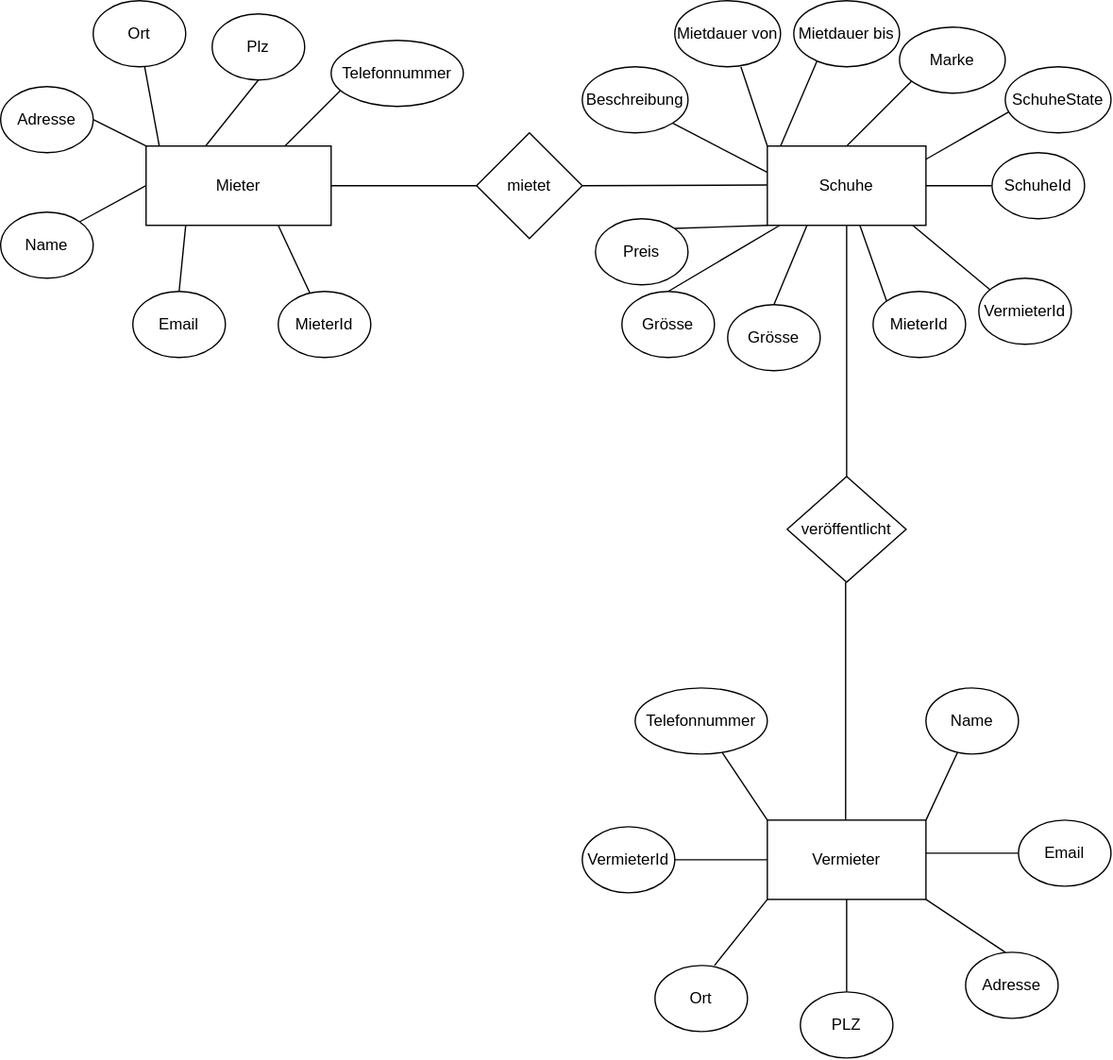
The draw.io diagram doc/figures/er-modell.drawio.svg in Jegattha/shoerental, before a commit. Source tidied: cells renumbered, new cells last; positions are measured from the earlier drawing's top-left corner, leaving out a move shared by most shapes.
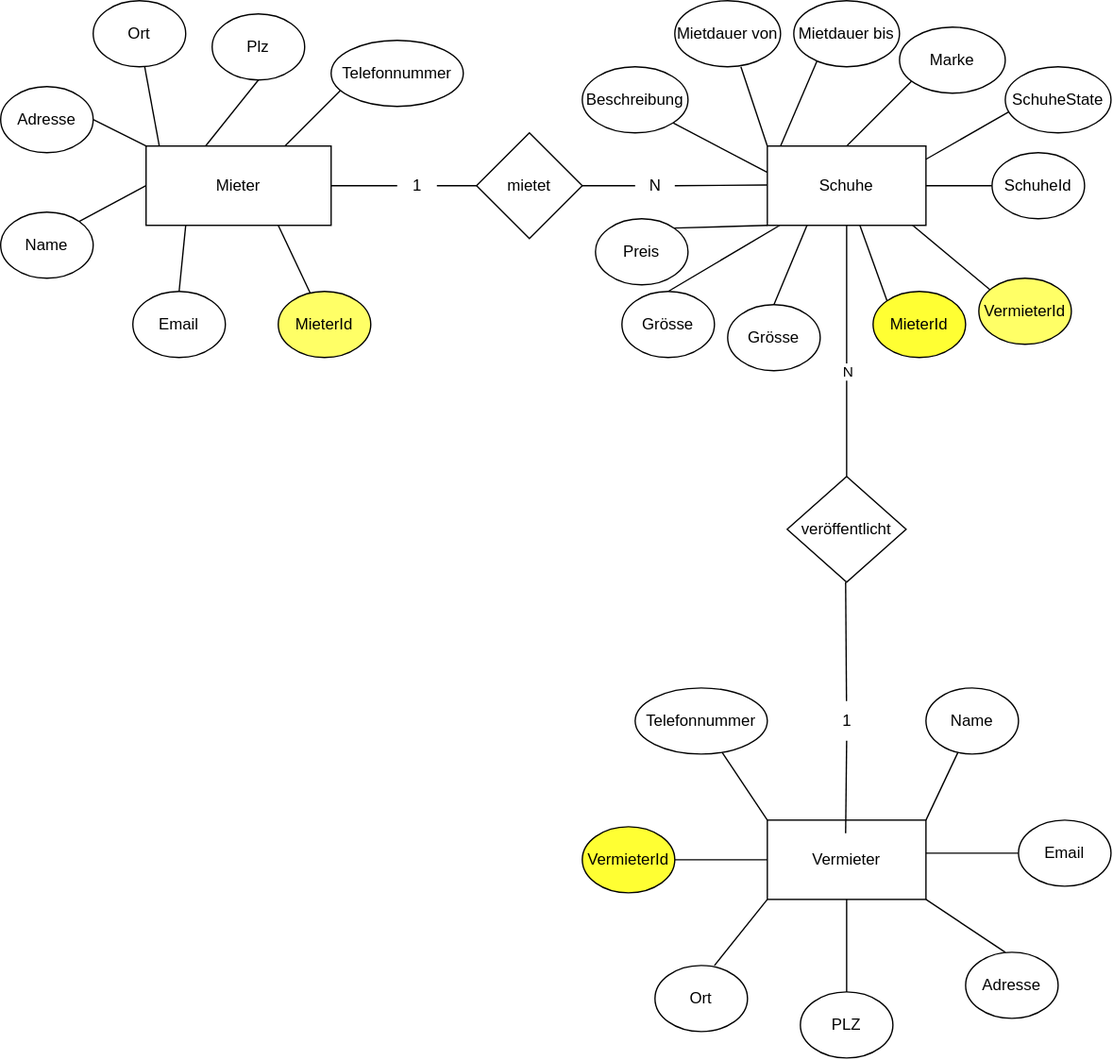
Above is the later version.

Commit message:
er modell bearbeitet

Diff of the diagram source:
```diff
@@ -50,7 +50,7 @@
         <mxPoint x="210" y="170" as="targetPoint" />
       </mxGeometry>
     </mxCell>
-    <mxCell id="14" value="MieterId" style="ellipse;whiteSpace=wrap;html=1;" parent="1" vertex="1">
+    <mxCell id="14" value="MieterId" style="ellipse;whiteSpace=wrap;html=1;fillColor=#FFFF66;" parent="1" vertex="1">
       <mxGeometry x="210" y="220" width="70" height="50" as="geometry" />
     </mxCell>
     <mxCell id="15" style="endArrow=none;html=1;" parent="1" edge="1">
@@ -62,13 +62,13 @@
     <mxCell id="16" value="Telefonnummer" style="ellipse;whiteSpace=wrap;html=1;" parent="1" vertex="1">
       <mxGeometry x="250" y="30" width="100" height="50" as="geometry" />
     </mxCell>
-    <mxCell id="17" style="endArrow=none;html=1;exitX=1;exitY=0.5;exitDx=0;exitDy=0;" parent="1" edge="1" source="2" target="18">
+    <mxCell id="17" style="endArrow=none;html=1;exitX=1;exitY=0.5;exitDx=0;exitDy=0;startArrow=none;" parent="1" edge="1" source="65" target="18">
       <mxGeometry relative="1" as="geometry" />
     </mxCell>
     <mxCell id="18" value="mietet" style="rhombus;whiteSpace=wrap;html=1;" parent="1" vertex="1">
       <mxGeometry x="360" y="100" width="80" height="80" as="geometry" />
     </mxCell>
-    <mxCell id="19" style="endArrow=none;html=1;exitX=1;exitY=0.5;exitDx=0;exitDy=0;" parent="1" edge="1" source="18">
+    <mxCell id="19" style="endArrow=none;html=1;exitX=1;exitY=0.5;exitDx=0;exitDy=0;startArrow=none;" parent="1" edge="1" source="67">
       <mxGeometry relative="1" as="geometry">
         <mxPoint x="580" y="139.5" as="targetPoint" />
       </mxGeometry>
@@ -101,7 +101,7 @@
         <mxPoint x="650" y="170" as="targetPoint" />
       </mxGeometry>
     </mxCell>
-    <mxCell id="28" value="MieterId" style="ellipse;whiteSpace=wrap;html=1;" parent="1" vertex="1">
+    <mxCell id="28" value="MieterId" style="ellipse;whiteSpace=wrap;html=1;fillColor=#FFFF33;" parent="1" vertex="1">
       <mxGeometry x="660" y="220" width="70" height="50" as="geometry" />
     </mxCell>
     <mxCell id="29" style="endArrow=none;html=1;" parent="1" edge="1">
@@ -110,7 +110,7 @@
         <mxPoint x="690" y="170" as="targetPoint" />
       </mxGeometry>
     </mxCell>
-    <mxCell id="30" value="VermieterId" style="ellipse;whiteSpace=wrap;html=1;" parent="1" vertex="1">
+    <mxCell id="30" value="VermieterId" style="ellipse;whiteSpace=wrap;html=1;fillColor=#FFFF66;" parent="1" vertex="1">
       <mxGeometry x="740" y="210" width="70" height="50" as="geometry" />
     </mxCell>
     <mxCell id="31" style="endArrow=none;html=1;entryX=1;entryY=1;entryDx=0;entryDy=0;" parent="1" edge="1" target="32">
@@ -162,12 +162,16 @@
         <mxPoint x="640" y="360" as="sourcePoint" />
       </mxGeometry>
     </mxCell>
+    <mxCell id="63" value="N" style="edgeLabel;html=1;align=center;verticalAlign=middle;" parent="41" vertex="1">
+      <mxGeometry x="-0.48" y="-17" relative="1" as="geometry">
+        <mxPoint x="-17" y="-31" as="offset" />
+      </mxGeometry>
+    </mxCell>
     <mxCell id="42" value="veröffentlicht" style="rhombus;whiteSpace=wrap;html=1;" parent="1" vertex="1">
       <mxGeometry x="595" y="360" width="90" height="80" as="geometry" />
     </mxCell>
-    <mxCell id="43" style="endArrow=none;html=1;entryX=0.5;entryY=1;entryDx=0;entryDy=0;" parent="1" edge="1">
+    <mxCell id="43" style="endArrow=none;html=1;entryX=0.5;entryY=1;entryDx=0;entryDy=0;startArrow=none;" parent="1" edge="1" source="69">
       <mxGeometry relative="1" as="geometry">
-        <mxPoint x="639.2" y="630" as="sourcePoint" />
         <mxPoint x="639.2" y="440" as="targetPoint" />
       </mxGeometry>
     </mxCell>
@@ -211,7 +215,7 @@
     <mxCell id="54" style="endArrow=none;html=1;exitX=0;exitY=0.5;exitDx=0;exitDy=0;" parent="1" edge="1" source="44" target="55">
       <mxGeometry relative="1" as="geometry" />
     </mxCell>
-    <mxCell id="55" value="VermieterId" style="ellipse;whiteSpace=wrap;html=1;" parent="1" vertex="1">
+    <mxCell id="55" value="VermieterId" style="ellipse;whiteSpace=wrap;html=1;fillColor=#FFFF33;" parent="1" vertex="1">
       <mxGeometry x="440" y="625" width="70" height="50" as="geometry" />
     </mxCell>
     <mxCell id="56" style="endArrow=none;html=1;exitX=0;exitY=0;exitDx=0;exitDy=0;startArrow=none;" parent="1" edge="1" source="58">
@@ -239,5 +243,25 @@
     <mxCell id="62" value="Grösse" style="ellipse;whiteSpace=wrap;html=1;" parent="1" vertex="1">
       <mxGeometry x="550" y="230" width="70" height="50" as="geometry" />
     </mxCell>
+    <mxCell id="64" style="endArrow=none;html=1;exitX=1;exitY=0.5;exitDx=0;exitDy=0;" parent="1" edge="1" source="2" target="65">
+      <mxGeometry relative="1" as="geometry" />
+    </mxCell>
+    <mxCell id="65" value="1" style="text;html=1;align=center;verticalAlign=middle;points=[];strokeColor=none;fillColor=none;" parent="1" vertex="1">
+      <mxGeometry x="300" y="125" width="30" height="30" as="geometry" />
+    </mxCell>
+    <mxCell id="66" style="endArrow=none;html=1;exitX=1;exitY=0.5;exitDx=0;exitDy=0;" parent="1" edge="1" source="18" target="67">
+      <mxGeometry relative="1" as="geometry" />
+    </mxCell>
+    <mxCell id="67" value="N" style="text;html=1;align=center;verticalAlign=middle;points=[];strokeColor=none;fillColor=none;" parent="1" vertex="1">
+      <mxGeometry x="480" y="125" width="30" height="30" as="geometry" />
+    </mxCell>
+    <mxCell id="68" style="endArrow=none;html=1;entryX=0.5;entryY=1;entryDx=0;entryDy=0;" parent="1" edge="1" target="69">
+      <mxGeometry relative="1" as="geometry">
+        <mxPoint x="639.2" y="630" as="sourcePoint" />
+      </mxGeometry>
+    </mxCell>
+    <mxCell id="69" value="1" style="text;html=1;align=center;verticalAlign=middle;points=[];strokeColor=none;fillColor=none;" parent="1" vertex="1">
+      <mxGeometry x="625" y="530" width="30" height="30" as="geometry" />
+    </mxCell>
   </root>
 </mxGraphModel>
```
